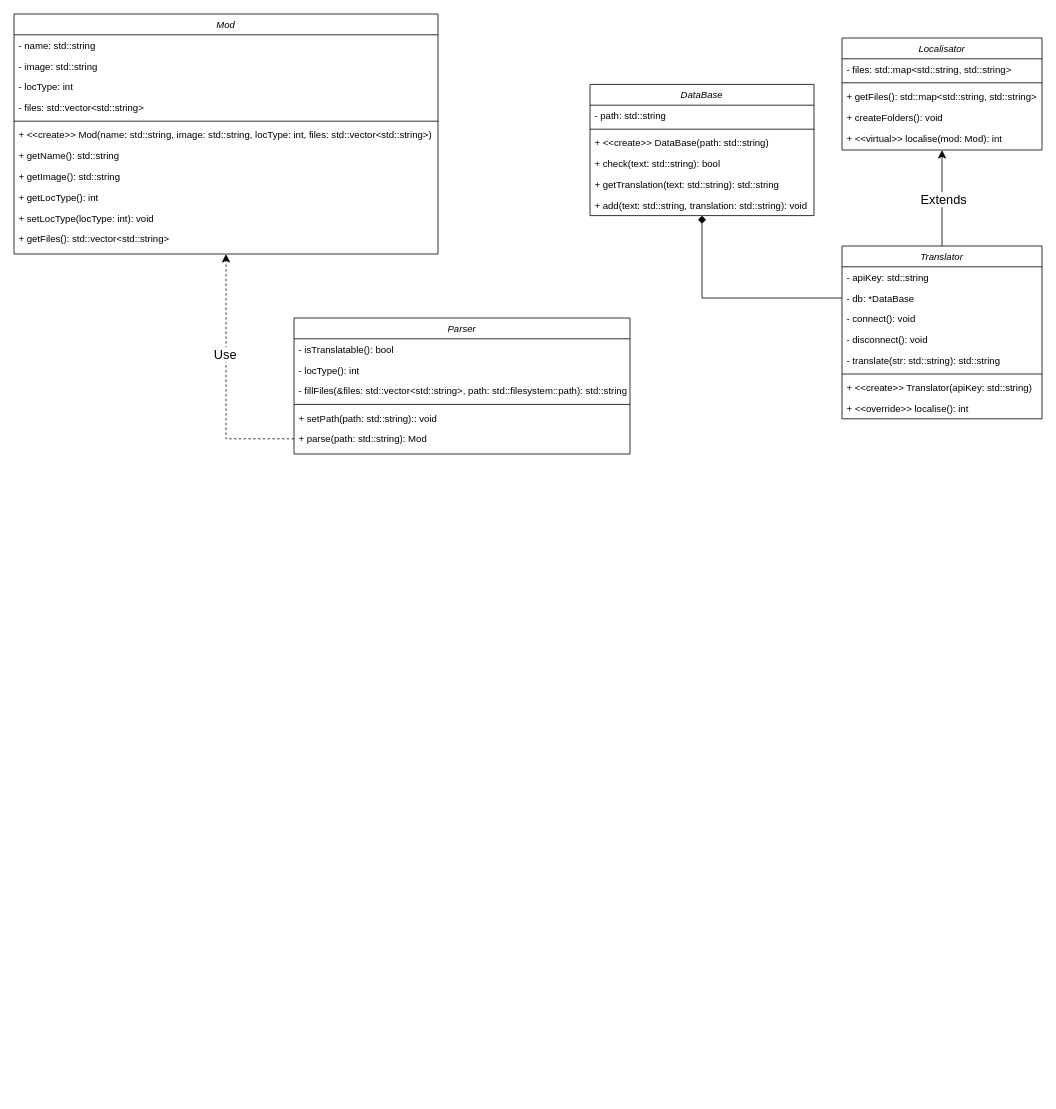
This is StellarisMT.drawio from trpo2023/cw-ip-215_stellaris-mods-translator, a draw.io file, before an edit. Source tidied: cells renumbered, new cells numbered last; positions are measured from the earlier drawing's top-left corner, leaving out a move shared by most shapes. Both pictures are drawn from the tidied source at 80%, with x=0, y=0 at pixel (14, 14).
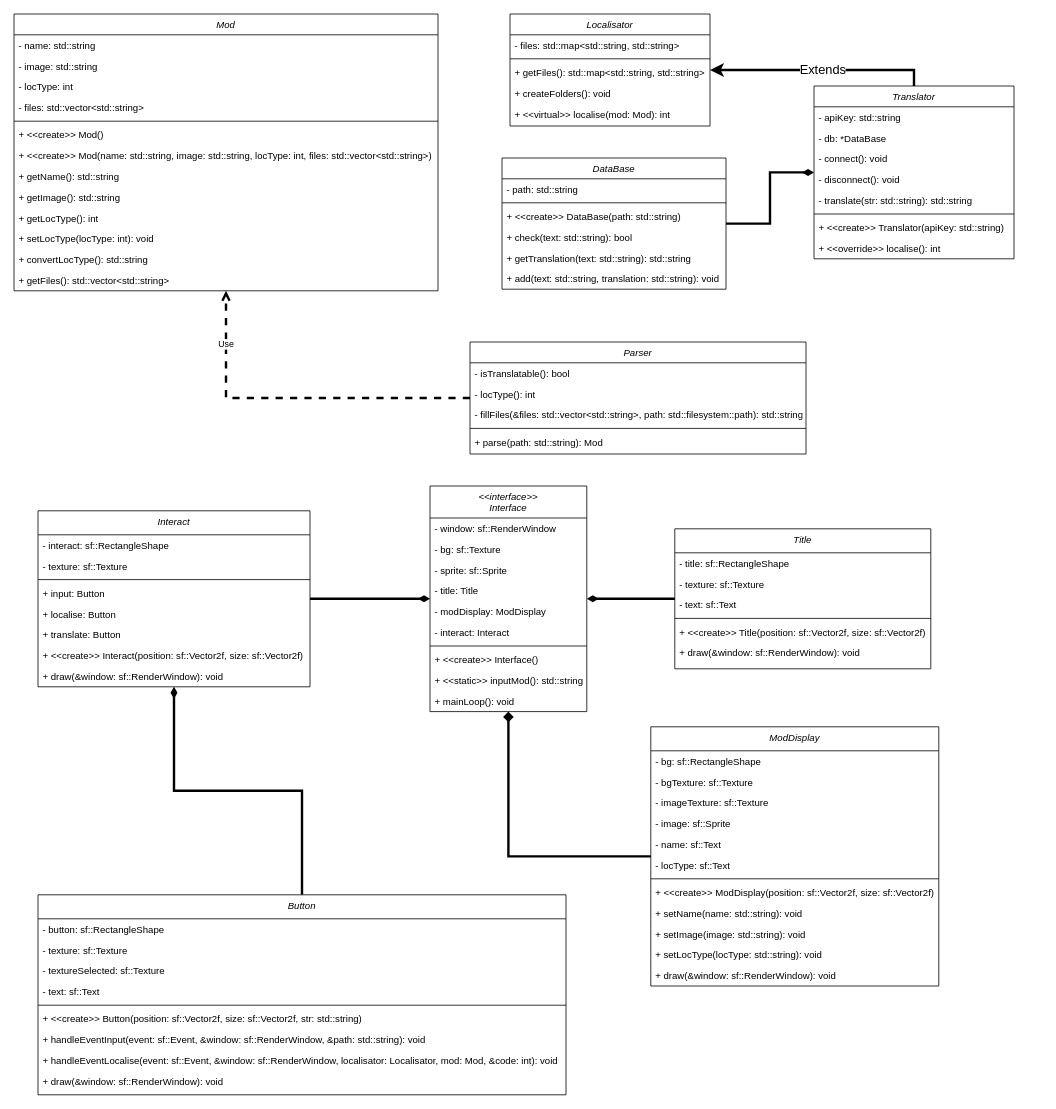
After the change.

Commit message (it also covers changes not shown here):
class diagram

Unchanged cells that the change refers to:
```xml
<mxCell id="31" value="- db: *DataBase" style="text;align=left;verticalAlign=top;spacingLeft=4;spacingRight=4;overflow=hidden;points=[[0,0.5],[1,0.5]];portConstraint=eastwest;rounded=0;shadow=0;html=0;" parent="29" vertex="1">
  <mxGeometry y="52" width="250" height="26" as="geometry" />
</mxCell>
```

Change to the diagram source:
```diff
@@
     <mxCell id="2" value="Mod" style="swimlane;fontStyle=2;align=center;verticalAlign=top;horizontal=1;startSize=26;rounded=0;shadow=0;strokeWidth=1;" parent="1" vertex="1">
-      <mxGeometry width="530" height="300" as="geometry" />
+      <mxGeometry width="530" height="346" as="geometry" />
     </mxCell>
@@
+    <mxCell id="50" value="+ &lt;&lt;create&gt;&gt; Mod()" style="text;align=left;verticalAlign=top;spacingLeft=4;spacingRight=4;overflow=hidden;" parent="2" vertex="1">
+      <mxGeometry y="138" width="530" height="26" as="geometry" />
+    </mxCell>
     <mxCell id="8" value="+ &lt;&lt;create&gt;&gt; Mod(name: std::string, image: std::string, locType: int, files: std::vector&lt;std::string&gt;)" style="text;align=left;verticalAlign=top;spacingLeft=4;spacingRight=4;overflow=hidden;" parent="2" vertex="1">
-      <mxGeometry y="138" width="530" height="26" as="geometry" />
+      <mxGeometry y="164" width="530" height="26" as="geometry" />
     </mxCell>
     <mxCell id="9" value="+ getName(): std::string" style="text;align=left;verticalAlign=top;spacingLeft=4;spacingRight=4;overflow=hidden;" parent="2" vertex="1">
-      <mxGeometry y="164" width="530" height="26" as="geometry" />
+      <mxGeometry y="190" width="530" height="26" as="geometry" />
     </mxCell>
     <mxCell id="10" value="+ getImage(): std::string" style="text;align=left;verticalAlign=top;spacingLeft=4;spacingRight=4;overflow=hidden;" parent="2" vertex="1">
-      <mxGeometry y="190" width="530" height="26" as="geometry" />
+      <mxGeometry y="216" width="530" height="26" as="geometry" />
     </mxCell>
     <mxCell id="11" value="+ getLocType(): int" style="text;align=left;verticalAlign=top;spacingLeft=4;spacingRight=4;overflow=hidden;" parent="2" vertex="1">
-      <mxGeometry y="216" width="530" height="26" as="geometry" />
+      <mxGeometry y="242" width="530" height="26" as="geometry" />
     </mxCell>
     <mxCell id="12" value="+ setLocType(locType: int): void" style="text;align=left;verticalAlign=top;spacingLeft=4;spacingRight=4;overflow=hidden;" parent="2" vertex="1">
-      <mxGeometry y="242" width="530" height="26" as="geometry" />
+      <mxGeometry y="268" width="530" height="26" as="geometry" />
     </mxCell>
+    <mxCell id="51" value="+ convertLocType(): std::string" style="text;align=left;verticalAlign=top;spacingLeft=4;spacingRight=4;overflow=hidden;" parent="2" vertex="1">
+      <mxGeometry y="294" width="530" height="26" as="geometry" />
+    </mxCell>
     <mxCell id="13" value="+ getFiles(): std::vector&lt;std::string&gt;" style="text;align=left;verticalAlign=top;spacingLeft=4;spacingRight=4;overflow=hidden;" parent="2" vertex="1">
-      <mxGeometry y="268" width="530" height="26" as="geometry" />
+      <mxGeometry y="320" width="530" height="26" as="geometry" />
     </mxCell>
+    <mxCell id="52" style="edgeStyle=orthogonalEdgeStyle;rounded=0;jettySize=auto;html=1;strokeWidth=3;endArrow=open;endFill=0;dashed=1;" parent="1" edge="1" source="14" target="2">
+      <mxGeometry relative="1" as="geometry" />
+    </mxCell>
+    <mxCell id="47" value="Use" style="edgeLabel;html=1;align=center;verticalAlign=middle;" parent="52" vertex="1">
+      <mxGeometry x="0.7" y="1" relative="1" as="geometry" />
+    </mxCell>
     <mxCell id="14" value="Parser" style="swimlane;fontStyle=2;align=center;verticalAlign=top;horizontal=1;startSize=26;rounded=0;shadow=0;strokeWidth=1;" parent="1" vertex="1">
-      <mxGeometry x="350" y="380" width="420" height="170" as="geometry" />
+      <mxGeometry x="570" y="410" width="420" height="140" as="geometry" />
     </mxCell>
@@
-    <mxCell id="19" value="+ setPath(path: std::string):: void" style="text;align=left;verticalAlign=top;spacingLeft=4;spacingRight=4;overflow=hidden;" parent="14" vertex="1">
-      <mxGeometry y="112" width="420" height="26" as="geometry" />
-    </mxCell>
     <mxCell id="20" value="+ parse(path: std::string): Mod" style="text;align=left;verticalAlign=top;spacingLeft=4;spacingRight=4;overflow=hidden;points=[[0,0.5],[1,0.5]];portConstraint=eastwest;" parent="14" vertex="1">
-      <mxGeometry y="138" width="420" height="26" as="geometry" />
+      <mxGeometry y="112" width="420" height="26" as="geometry" />
     </mxCell>
     <mxCell id="21" value="Localisator" style="swimlane;fontStyle=2;align=center;verticalAlign=top;horizontal=1;startSize=26;rounded=0;shadow=0;strokeWidth=1;" parent="1" vertex="1">
-      <mxGeometry x="1035" y="30" width="250" height="140" as="geometry" />
+      <mxGeometry x="620" width="250" height="140" as="geometry" />
     </mxCell>
@@
-    <mxCell id="27" style="edgeStyle=orthogonalEdgeStyle;rounded=0;jettySize=auto;html=1;exitX=0.5;exitY=0;exitDx=0;exitDy=0;fontSize=12;startSize=8;endSize=8;" parent="1" edge="1" source="29" target="21">
+    <mxCell id="27" style="edgeStyle=orthogonalEdgeStyle;rounded=0;jettySize=auto;html=1;exitX=0.5;exitY=0;exitDx=0;exitDy=0;fontSize=12;startSize=8;endSize=8;strokeWidth=3;" parent="1" edge="1" source="29" target="21">
       <mxGeometry relative="1" as="geometry" />
     </mxCell>
@@
     <mxCell id="29" value="Translator" style="swimlane;fontStyle=2;align=center;verticalAlign=top;horizontal=1;startSize=26;rounded=0;shadow=0;strokeWidth=1;" parent="1" vertex="1">
-      <mxGeometry x="1035" y="290" width="250" height="216" as="geometry" />
+      <mxGeometry x="1000" y="90" width="250" height="216" as="geometry" />
     </mxCell>
@@
+    <mxCell id="53" style="edgeStyle=orthogonalEdgeStyle;rounded=0;jettySize=auto;html=1;endArrow=diamondThin;endFill=1;strokeWidth=3;" parent="1" edge="1" source="39" target="29">
+      <mxGeometry relative="1" as="geometry" />
+    </mxCell>
     <mxCell id="39" value="DataBase" style="swimlane;fontStyle=2;align=center;verticalAlign=top;horizontal=1;startSize=26;rounded=0;shadow=0;strokeWidth=1;" parent="1" vertex="1">
-      <mxGeometry x="720" y="88" width="280" height="164" as="geometry" />
+      <mxGeometry x="610" y="180" width="280" height="164" as="geometry" />
     </mxCell>
@@
-    <mxCell id="46" style="edgeStyle=orthogonalEdgeStyle;rounded=0;jettySize=auto;html=1;exitX=0;exitY=0.5;exitDx=0;exitDy=0;fontSize=12;startSize=8;endSize=8;dashed=1;" parent="1" edge="1" source="20" target="2">
-      <mxGeometry relative="1" as="geometry" />
-    </mxCell>
-    <mxCell id="47" value="Use" style="edgeLabel;html=1;align=center;verticalAlign=middle;fontSize=16;" parent="46" vertex="1">
-      <mxGeometry x="0.21" y="2" relative="1" as="geometry" />
-    </mxCell>
-    <mxCell id="48" style="edgeStyle=orthogonalEdgeStyle;rounded=0;jettySize=auto;html=1;exitX=0;exitY=0.5;exitDx=0;exitDy=0;fontSize=12;startSize=8;endSize=8;endArrow=diamond;endFill=1;strokeWidth=1;" parent="1" edge="1" source="31" target="39">
-      <mxGeometry relative="1" as="geometry" />
-    </mxCell>
@@
+    <mxCell id="54" value="&lt;&lt;interface&gt;&gt;&#10;Interface" style="swimlane;fontStyle=2;align=center;verticalAlign=top;horizontal=1;startSize=40;rounded=0;shadow=0;strokeWidth=1;" parent="1" vertex="1">
+      <mxGeometry x="520" y="590" width="196" height="282" as="geometry" />
+    </mxCell>
+    <mxCell id="55" value="- window: sf::RenderWindow " style="text;align=left;verticalAlign=top;spacingLeft=4;spacingRight=4;overflow=hidden;rounded=0;shadow=0;html=0;" parent="54" vertex="1">
+      <mxGeometry y="40" width="196" height="26" as="geometry" />
+    </mxCell>
+    <mxCell id="56" value="- bg: sf::Texture" style="text;align=left;verticalAlign=top;spacingLeft=4;spacingRight=4;overflow=hidden;rounded=0;shadow=0;html=0;" parent="54" vertex="1">
+      <mxGeometry y="66" width="196" height="26" as="geometry" />
+    </mxCell>
+    <mxCell id="57" value="- sprite: sf::Sprite" style="text;align=left;verticalAlign=top;spacingLeft=4;spacingRight=4;overflow=hidden;rounded=0;shadow=0;html=0;" parent="54" vertex="1">
+      <mxGeometry y="92" width="196" height="26" as="geometry" />
+    </mxCell>
+    <mxCell id="58" value="- title: Title" style="text;align=left;verticalAlign=top;spacingLeft=4;spacingRight=4;overflow=hidden;rounded=0;shadow=0;html=0;" parent="54" vertex="1">
+      <mxGeometry y="118" width="196" height="26" as="geometry" />
+    </mxCell>
+    <mxCell id="59" value="- modDisplay: ModDisplay" style="text;align=left;verticalAlign=top;spacingLeft=4;spacingRight=4;overflow=hidden;rounded=0;shadow=0;html=0;" parent="54" vertex="1">
+      <mxGeometry y="144" width="196" height="26" as="geometry" />
+    </mxCell>
+    <mxCell id="60" value="- interact: Interact" style="text;align=left;verticalAlign=top;spacingLeft=4;spacingRight=4;overflow=hidden;rounded=0;shadow=0;html=0;" parent="54" vertex="1">
+      <mxGeometry y="170" width="196" height="26" as="geometry" />
+    </mxCell>
+    <mxCell id="61" style="line;html=1;strokeWidth=1;align=left;verticalAlign=middle;spacingTop=-1;spacingLeft=3;spacingRight=3;labelPosition=right;" parent="54" vertex="1">
+      <mxGeometry y="196" width="196" height="8" as="geometry" />
+    </mxCell>
+    <mxCell id="62" value="+ &lt;&lt;create&gt;&gt; Interface()" style="text;align=left;verticalAlign=top;spacingLeft=4;spacingRight=4;overflow=hidden;" parent="54" vertex="1">
+      <mxGeometry y="204" width="196" height="26" as="geometry" />
+    </mxCell>
+    <mxCell id="63" value="+ &lt;&lt;static&gt;&gt; inputMod(): std::string" style="text;align=left;verticalAlign=top;spacingLeft=4;spacingRight=4;overflow=hidden;" parent="54" vertex="1">
+      <mxGeometry y="230" width="196" height="26" as="geometry" />
+    </mxCell>
+    <mxCell id="64" value="+ mainLoop(): void" style="text;align=left;verticalAlign=top;spacingLeft=4;spacingRight=4;overflow=hidden;" parent="54" vertex="1">
+      <mxGeometry y="256" width="196" height="26" as="geometry" />
+    </mxCell>
+    <mxCell id="65" style="edgeStyle=orthogonalEdgeStyle;rounded=0;jettySize=auto;html=1;strokeWidth=3;endArrow=diamondThin;endFill=1;" parent="1" edge="1" source="66" target="54">
+      <mxGeometry relative="1" as="geometry" />
+    </mxCell>
+    <mxCell id="66" value="Interact" style="swimlane;fontStyle=2;align=center;verticalAlign=top;horizontal=1;startSize=30;rounded=0;shadow=0;strokeWidth=1;" parent="1" vertex="1">
+      <mxGeometry x="30" y="621" width="340" height="220" as="geometry" />
+    </mxCell>
+    <mxCell id="67" value="- interact: sf::RectangleShape" style="text;align=left;verticalAlign=top;spacingLeft=4;spacingRight=4;overflow=hidden;rounded=0;shadow=0;html=0;" parent="66" vertex="1">
+      <mxGeometry y="30" width="340" height="26" as="geometry" />
+    </mxCell>
+    <mxCell id="68" value="- texture: sf::Texture" style="text;align=left;verticalAlign=top;spacingLeft=4;spacingRight=4;overflow=hidden;rounded=0;shadow=0;html=0;" parent="66" vertex="1">
+      <mxGeometry y="56" width="340" height="26" as="geometry" />
+    </mxCell>
+    <mxCell id="69" style="line;html=1;strokeWidth=1;align=left;verticalAlign=middle;spacingTop=-1;spacingLeft=3;spacingRight=3;labelPosition=right;" parent="66" vertex="1">
+      <mxGeometry y="82" width="340" height="8" as="geometry" />
+    </mxCell>
+    <mxCell id="70" value="+ input: Button" style="text;align=left;verticalAlign=top;spacingLeft=4;spacingRight=4;overflow=hidden;" parent="66" vertex="1">
+      <mxGeometry y="90" width="340" height="26" as="geometry" />
+    </mxCell>
+    <mxCell id="71" value="+ localise: Button" style="text;align=left;verticalAlign=top;spacingLeft=4;spacingRight=4;overflow=hidden;" parent="66" vertex="1">
+      <mxGeometry y="116" width="340" height="26" as="geometry" />
+    </mxCell>
+    <mxCell id="72" value="+ translate: Button" style="text;align=left;verticalAlign=top;spacingLeft=4;spacingRight=4;overflow=hidden;" parent="66" vertex="1">
+      <mxGeometry y="142" width="340" height="26" as="geometry" />
+    </mxCell>
+    <mxCell id="73" value="+ &lt;&lt;create&gt;&gt; Interact(position: sf::Vector2f, size: sf::Vector2f)" style="text;align=left;verticalAlign=top;spacingLeft=4;spacingRight=4;overflow=hidden;" parent="66" vertex="1">
+      <mxGeometry y="168" width="340" height="26" as="geometry" />
+    </mxCell>
+    <mxCell id="74" value="+ draw(&amp;window: sf::RenderWindow): void" style="text;align=left;verticalAlign=top;spacingLeft=4;spacingRight=4;overflow=hidden;" parent="66" vertex="1">
+      <mxGeometry y="194" width="340" height="26" as="geometry" />
+    </mxCell>
+    <mxCell id="75" style="edgeStyle=orthogonalEdgeStyle;rounded=0;jettySize=auto;html=1;endArrow=diamondThin;endFill=1;strokeWidth=3;" parent="1" edge="1" source="76" target="66">
+      <mxGeometry relative="1" as="geometry" />
+    </mxCell>
+    <mxCell id="76" value="Button" style="swimlane;fontStyle=2;align=center;verticalAlign=top;horizontal=1;startSize=30;rounded=0;shadow=0;strokeWidth=1;" parent="1" vertex="1">
+      <mxGeometry x="30" y="1101" width="660" height="250" as="geometry" />
+    </mxCell>
+    <mxCell id="77" value="- button: sf::RectangleShape" style="text;align=left;verticalAlign=top;spacingLeft=4;spacingRight=4;overflow=hidden;rounded=0;shadow=0;html=0;" parent="76" vertex="1">
+      <mxGeometry y="30" width="660" height="26" as="geometry" />
+    </mxCell>
+    <mxCell id="78" value="- texture: sf::Texture" style="text;align=left;verticalAlign=top;spacingLeft=4;spacingRight=4;overflow=hidden;rounded=0;shadow=0;html=0;" parent="76" vertex="1">
+      <mxGeometry y="56" width="660" height="26" as="geometry" />
+    </mxCell>
+    <mxCell id="79" value="- textureSelected: sf::Texture" style="text;align=left;verticalAlign=top;spacingLeft=4;spacingRight=4;overflow=hidden;rounded=0;shadow=0;html=0;" parent="76" vertex="1">
+      <mxGeometry y="82" width="660" height="26" as="geometry" />
+    </mxCell>
+    <mxCell id="80" value="- text: sf::Text" style="text;align=left;verticalAlign=top;spacingLeft=4;spacingRight=4;overflow=hidden;rounded=0;shadow=0;html=0;" parent="76" vertex="1">
+      <mxGeometry y="108" width="660" height="26" as="geometry" />
+    </mxCell>
+    <mxCell id="81" style="line;html=1;strokeWidth=1;align=left;verticalAlign=middle;spacingTop=-1;spacingLeft=3;spacingRight=3;labelPosition=right;" parent="76" vertex="1">
+      <mxGeometry y="134" width="660" height="8" as="geometry" />
+    </mxCell>
+    <mxCell id="82" value="+ &lt;&lt;create&gt;&gt; Button(position: sf::Vector2f, size: sf::Vector2f, str: std::string)" style="text;align=left;verticalAlign=top;spacingLeft=4;spacingRight=4;overflow=hidden;" parent="76" vertex="1">
+      <mxGeometry y="142" width="660" height="26" as="geometry" />
+    </mxCell>
+    <mxCell id="83" value="+ handleEventInput(event: sf::Event, &amp;window: sf::RenderWindow, &amp;path: std::string): void" style="text;align=left;verticalAlign=top;spacingLeft=4;spacingRight=4;overflow=hidden;" parent="76" vertex="1">
+      <mxGeometry y="168" width="660" height="26" as="geometry" />
+    </mxCell>
+    <mxCell id="84" value="+ handleEventLocalise(event: sf::Event, &amp;window: sf::RenderWindow, localisator: Localisator, mod: Mod, &amp;code: int): void" style="text;align=left;verticalAlign=top;spacingLeft=4;spacingRight=4;overflow=hidden;" parent="76" vertex="1">
+      <mxGeometry y="194" width="660" height="26" as="geometry" />
+    </mxCell>
+    <mxCell id="85" value="+ draw(&amp;window: sf::RenderWindow): void" style="text;align=left;verticalAlign=top;spacingLeft=4;spacingRight=4;overflow=hidden;" parent="76" vertex="1">
+      <mxGeometry y="220" width="660" height="26" as="geometry" />
+    </mxCell>
+    <mxCell id="86" style="edgeStyle=orthogonalEdgeStyle;rounded=0;jettySize=auto;html=1;strokeWidth=3;endArrow=diamond;endFill=1;" parent="1" edge="1" source="87" target="54">
+      <mxGeometry relative="1" as="geometry" />
+    </mxCell>
+    <mxCell id="87" value="ModDisplay" style="swimlane;fontStyle=2;align=center;verticalAlign=top;horizontal=1;startSize=30;rounded=0;shadow=0;strokeWidth=1;" parent="1" vertex="1">
+      <mxGeometry x="796" y="891" width="360" height="324" as="geometry" />
+    </mxCell>
+    <mxCell id="88" value="- bg: sf::RectangleShape" style="text;align=left;verticalAlign=top;spacingLeft=4;spacingRight=4;overflow=hidden;rounded=0;shadow=0;html=0;" parent="87" vertex="1">
+      <mxGeometry y="30" width="360" height="26" as="geometry" />
+    </mxCell>
+    <mxCell id="89" value="- bgTexture: sf::Texture" style="text;align=left;verticalAlign=top;spacingLeft=4;spacingRight=4;overflow=hidden;rounded=0;shadow=0;html=0;" parent="87" vertex="1">
+      <mxGeometry y="56" width="360" height="26" as="geometry" />
+    </mxCell>
+    <mxCell id="90" value="- imageTexture: sf::Texture" style="text;align=left;verticalAlign=top;spacingLeft=4;spacingRight=4;overflow=hidden;rounded=0;shadow=0;html=0;" parent="87" vertex="1">
+      <mxGeometry y="82" width="360" height="26" as="geometry" />
+    </mxCell>
+    <mxCell id="91" value="- image: sf::Sprite" style="text;align=left;verticalAlign=top;spacingLeft=4;spacingRight=4;overflow=hidden;rounded=0;shadow=0;html=0;" parent="87" vertex="1">
+      <mxGeometry y="108" width="360" height="26" as="geometry" />
+    </mxCell>
+    <mxCell id="92" value="- name: sf::Text" style="text;align=left;verticalAlign=top;spacingLeft=4;spacingRight=4;overflow=hidden;rounded=0;shadow=0;html=0;" parent="87" vertex="1">
+      <mxGeometry y="134" width="360" height="26" as="geometry" />
+    </mxCell>
+    <mxCell id="93" value="- locType: sf::Text" style="text;align=left;verticalAlign=top;spacingLeft=4;spacingRight=4;overflow=hidden;rounded=0;shadow=0;html=0;" parent="87" vertex="1">
+      <mxGeometry y="160" width="360" height="26" as="geometry" />
+    </mxCell>
+    <mxCell id="94" style="line;html=1;strokeWidth=1;align=left;verticalAlign=middle;spacingTop=-1;spacingLeft=3;spacingRight=3;labelPosition=right;" parent="87" vertex="1">
+      <mxGeometry y="186" width="360" height="8" as="geometry" />
+    </mxCell>
+    <mxCell id="95" value="+ &lt;&lt;create&gt;&gt; ModDisplay(position: sf::Vector2f, size: sf::Vector2f)" style="text;align=left;verticalAlign=top;spacingLeft=4;spacingRight=4;overflow=hidden;" parent="87" vertex="1">
+      <mxGeometry y="194" width="360" height="26" as="geometry" />
+    </mxCell>
+    <mxCell id="96" value="+ setName(name: std::string): void" style="text;align=left;verticalAlign=top;spacingLeft=4;spacingRight=4;overflow=hidden;" parent="87" vertex="1">
+      <mxGeometry y="220" width="360" height="26" as="geometry" />
+    </mxCell>
+    <mxCell id="97" value="+ setImage(image: std::string): void" style="text;align=left;verticalAlign=top;spacingLeft=4;spacingRight=4;overflow=hidden;" parent="87" vertex="1">
+      <mxGeometry y="246" width="360" height="26" as="geometry" />
+    </mxCell>
+    <mxCell id="98" value="+ setLocType(locType: std::string): void" style="text;align=left;verticalAlign=top;spacingLeft=4;spacingRight=4;overflow=hidden;" parent="87" vertex="1">
+      <mxGeometry y="272" width="360" height="26" as="geometry" />
+    </mxCell>
+    <mxCell id="99" value="+ draw(&amp;window: sf::RenderWindow): void" style="text;align=left;verticalAlign=top;spacingLeft=4;spacingRight=4;overflow=hidden;" parent="87" vertex="1">
+      <mxGeometry y="298" width="360" height="26" as="geometry" />
+    </mxCell>
+    <mxCell id="100" style="edgeStyle=orthogonalEdgeStyle;rounded=0;jettySize=auto;html=1;strokeWidth=3;endArrow=diamondThin;endFill=1;" parent="1" edge="1" source="101" target="54">
+      <mxGeometry relative="1" as="geometry" />
+    </mxCell>
+    <mxCell id="101" value="Title" style="swimlane;fontStyle=2;align=center;verticalAlign=top;horizontal=1;startSize=30;rounded=0;shadow=0;strokeWidth=1;" parent="1" vertex="1">
+      <mxGeometry x="826" y="643.5" width="320" height="175" as="geometry" />
+    </mxCell>
+    <mxCell id="102" value="- title: sf::RectangleShape" style="text;align=left;verticalAlign=top;spacingLeft=4;spacingRight=4;overflow=hidden;rounded=0;shadow=0;html=0;" parent="101" vertex="1">
+      <mxGeometry y="30" width="320" height="26" as="geometry" />
+    </mxCell>
+    <mxCell id="103" value="- texture: sf::Texture" style="text;align=left;verticalAlign=top;spacingLeft=4;spacingRight=4;overflow=hidden;rounded=0;shadow=0;html=0;" parent="101" vertex="1">
+      <mxGeometry y="56" width="320" height="26" as="geometry" />
+    </mxCell>
+    <mxCell id="104" value="- text: sf::Text" style="text;align=left;verticalAlign=top;spacingLeft=4;spacingRight=4;overflow=hidden;rounded=0;shadow=0;html=0;" parent="101" vertex="1">
+      <mxGeometry y="82" width="320" height="26" as="geometry" />
+    </mxCell>
+    <mxCell id="105" style="line;html=1;strokeWidth=1;align=left;verticalAlign=middle;spacingTop=-1;spacingLeft=3;spacingRight=3;labelPosition=right;" parent="101" vertex="1">
+      <mxGeometry y="108" width="320" height="8" as="geometry" />
+    </mxCell>
+    <mxCell id="106" value="+ &lt;&lt;create&gt;&gt; Title(position: sf::Vector2f, size: sf::Vector2f)" style="text;align=left;verticalAlign=top;spacingLeft=4;spacingRight=4;overflow=hidden;" parent="101" vertex="1">
+      <mxGeometry y="116" width="320" height="26" as="geometry" />
+    </mxCell>
+    <mxCell id="107" value="+ draw(&amp;window: sf::RenderWindow): void" style="text;align=left;verticalAlign=top;spacingLeft=4;spacingRight=4;overflow=hidden;" parent="101" vertex="1">
+      <mxGeometry y="142" width="320" height="26" as="geometry" />
+    </mxCell>
```
